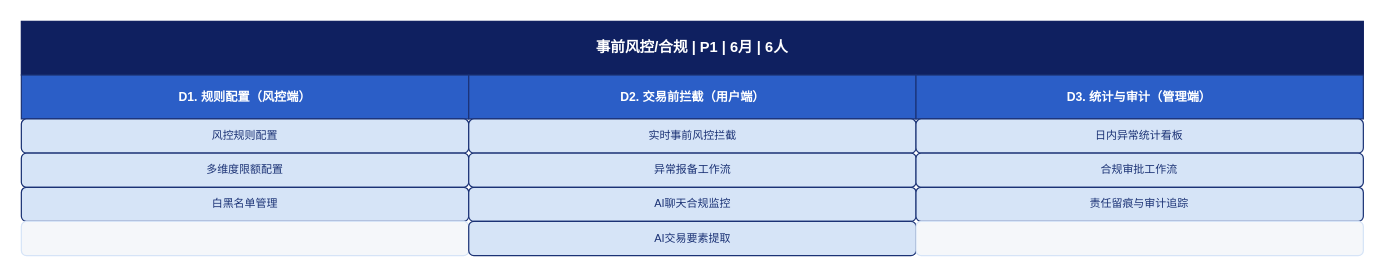
Before: Feasibility_analysis/drawio/detail_06_事前风控_合规.drawio in BellyFish99/ficc-projDocs, a draw.io diagram. Source tidied: cells renumbered, new cells numbered last; positions are measured from the earlier drawing's top-left corner, leaving out a move shared by most shapes. Both pictures are drawn from the tidied source at 122%, with x=0, y=0 at pixel (21, 21).
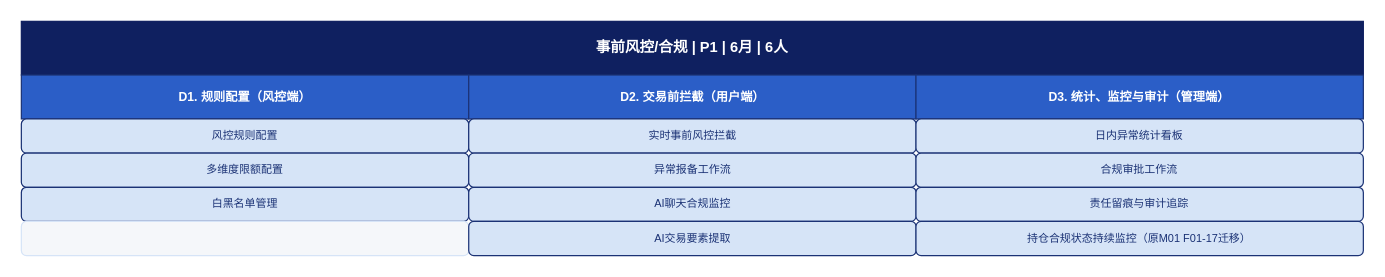
Above is the later version.

The edit, as a diff of the source:
```diff
@@
 <mxGraphModel>
   <root>
     <mxCell id="0" />
     <mxCell id="1" parent="0" />
     <mxCell id="2" value="事前风控/合规  |  P1  |  6月  |  6人" style="rounded=0;whiteSpace=wrap;html=1;fillColor=#0F2060;fontColor=#FFFFFF;strokeColor=#0F2060;fontStyle=1;fontSize=12;align=center;verticalAlign=middle;" parent="1" vertex="1">
       <mxGeometry width="1100" height="44" as="geometry" />
     </mxCell>
     <mxCell id="3" value="D1. 规则配置（风控端）" style="rounded=0;whiteSpace=wrap;html=1;fillColor=#2B5EC7;fontColor=#FFFFFF;strokeColor=#1B3275;fontStyle=1;fontSize=10;align=center;verticalAlign=middle;" parent="1" vertex="1">
       <mxGeometry y="44" width="366.7" height="36" as="geometry" />
     </mxCell>
     <mxCell id="4" value="D2. 交易前拦截（用户端）" style="rounded=0;whiteSpace=wrap;html=1;fillColor=#2B5EC7;fontColor=#FFFFFF;strokeColor=#1B3275;fontStyle=1;fontSize=10;align=center;verticalAlign=middle;" parent="1" vertex="1">
       <mxGeometry x="366.7" y="44" width="366.7" height="36" as="geometry" />
     </mxCell>
-    <mxCell id="5" value="D3. 统计与审计（管理端）" style="rounded=0;whiteSpace=wrap;html=1;fillColor=#2B5EC7;fontColor=#FFFFFF;strokeColor=#1B3275;fontStyle=1;fontSize=10;align=center;verticalAlign=middle;" parent="1" vertex="1">
+    <mxCell id="5" value="D3. 统计、监控与审计（管理端）" style="rounded=0;whiteSpace=wrap;html=1;fillColor=#2B5EC7;fontColor=#FFFFFF;strokeColor=#1B3275;fontStyle=1;fontSize=10;align=center;verticalAlign=middle;" parent="1" vertex="1">
       <mxGeometry x="733.3" y="44" width="366.7" height="36" as="geometry" />
     </mxCell>
     <mxCell id="6" value="风控规则配置" style="rounded=1;whiteSpace=wrap;html=1;fillColor=#D6E4F7;fontColor=#1B3275;strokeColor=#1B3275;fontSize=9;align=center;verticalAlign=middle;" parent="1" vertex="1">
       <mxGeometry y="80" width="366.7" height="28" as="geometry" />
     </mxCell>
     <mxCell id="7" value="实时事前风控拦截" style="rounded=1;whiteSpace=wrap;html=1;fillColor=#D6E4F7;fontColor=#1B3275;strokeColor=#1B3275;fontSize=9;align=center;verticalAlign=middle;" parent="1" vertex="1">
       <mxGeometry x="366.7" y="80" width="366.7" height="28" as="geometry" />
     </mxCell>
     <mxCell id="8" value="日内异常统计看板" style="rounded=1;whiteSpace=wrap;html=1;fillColor=#D6E4F7;fontColor=#1B3275;strokeColor=#1B3275;fontSize=9;align=center;verticalAlign=middle;" parent="1" vertex="1">
       <mxGeometry x="733.3" y="80" width="366.7" height="28" as="geometry" />
     </mxCell>
     <mxCell id="9" value="多维度限额配置" style="rounded=1;whiteSpace=wrap;html=1;fillColor=#D6E4F7;fontColor=#1B3275;strokeColor=#1B3275;fontSize=9;align=center;verticalAlign=middle;" parent="1" vertex="1">
       <mxGeometry y="108" width="366.7" height="28" as="geometry" />
     </mxCell>
     <mxCell id="10" value="异常报备工作流" style="rounded=1;whiteSpace=wrap;html=1;fillColor=#D6E4F7;fontColor=#1B3275;strokeColor=#1B3275;fontSize=9;align=center;verticalAlign=middle;" parent="1" vertex="1">
       <mxGeometry x="366.7" y="108" width="366.7" height="28" as="geometry" />
     </mxCell>
     <mxCell id="11" value="合规审批工作流" style="rounded=1;whiteSpace=wrap;html=1;fillColor=#D6E4F7;fontColor=#1B3275;strokeColor=#1B3275;fontSize=9;align=center;verticalAlign=middle;" parent="1" vertex="1">
       <mxGeometry x="733.3" y="108" width="366.7" height="28" as="geometry" />
     </mxCell>
     <mxCell id="12" value="白黑名单管理" style="rounded=1;whiteSpace=wrap;html=1;fillColor=#D6E4F7;fontColor=#1B3275;strokeColor=#1B3275;fontSize=9;align=center;verticalAlign=middle;" parent="1" vertex="1">
       <mxGeometry y="136" width="366.7" height="28" as="geometry" />
     </mxCell>
     <mxCell id="13" value="AI聊天合规监控" style="rounded=1;whiteSpace=wrap;html=1;fillColor=#D6E4F7;fontColor=#1B3275;strokeColor=#1B3275;fontSize=9;align=center;verticalAlign=middle;" parent="1" vertex="1">
       <mxGeometry x="366.7" y="136" width="366.7" height="28" as="geometry" />
     </mxCell>
     <mxCell id="14" value="责任留痕与审计追踪" style="rounded=1;whiteSpace=wrap;html=1;fillColor=#D6E4F7;fontColor=#1B3275;strokeColor=#1B3275;fontSize=9;align=center;verticalAlign=middle;" parent="1" vertex="1">
       <mxGeometry x="733.3" y="136" width="366.7" height="28" as="geometry" />
     </mxCell>
     <mxCell id="15" style="rounded=1;whiteSpace=wrap;html=1;fillColor=#F5F7FA;fontColor=#F5F7FA;strokeColor=#D6E4F7;fontSize=9;" parent="1" vertex="1">
       <mxGeometry y="164" width="366.7" height="28" as="geometry" />
     </mxCell>
     <mxCell id="16" value="AI交易要素提取" style="rounded=1;whiteSpace=wrap;html=1;fillColor=#D6E4F7;fontColor=#1B3275;strokeColor=#1B3275;fontSize=9;align=center;verticalAlign=middle;" parent="1" vertex="1">
       <mxGeometry x="366.7" y="164" width="366.7" height="28" as="geometry" />
     </mxCell>
-    <mxCell id="17" style="rounded=1;whiteSpace=wrap;html=1;fillColor=#F5F7FA;fontColor=#F5F7FA;strokeColor=#D6E4F7;fontSize=9;" parent="1" vertex="1">
+    <mxCell id="17" value="持仓合规状态持续监控（原M01 F01-17迁移）" style="rounded=1;whiteSpace=wrap;html=1;fillColor=#D6E4F7;fontColor=#1B3275;strokeColor=#1B3275;fontSize=9;align=center;verticalAlign=middle;" parent="1" vertex="1">
       <mxGeometry x="733.3" y="164" width="366.7" height="28" as="geometry" />
     </mxCell>
   </root>
 </mxGraphModel>
```
